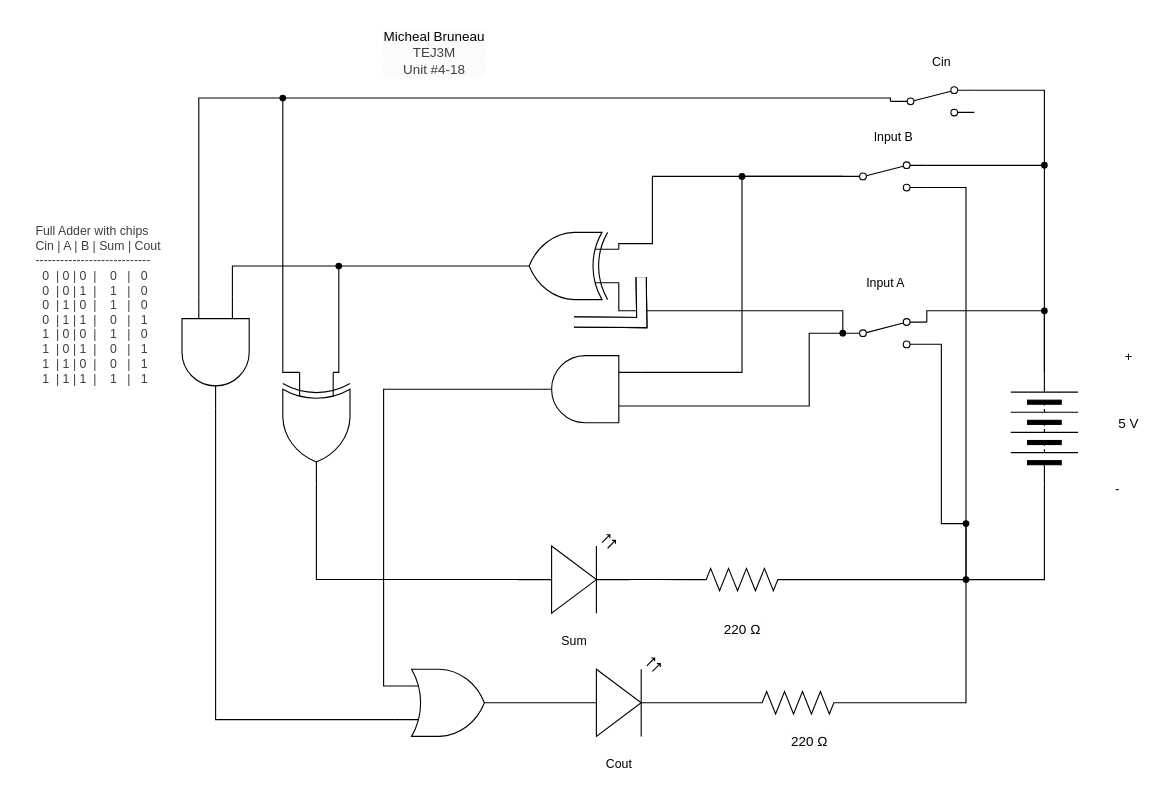
The draw.io diagram TEJ3M 4-18/schematic_diagram.drawio in michael-bruneau/TEJ3M-Unit-4, before the edit. Source tidied: cells renumbered, new cells numbered last; positions are measured from the earlier drawing's top-left corner, leaving out a move shared by most shapes. Both pictures are drawn from the tidied source at 112%, with x=0, y=0 at pixel (19, 19).
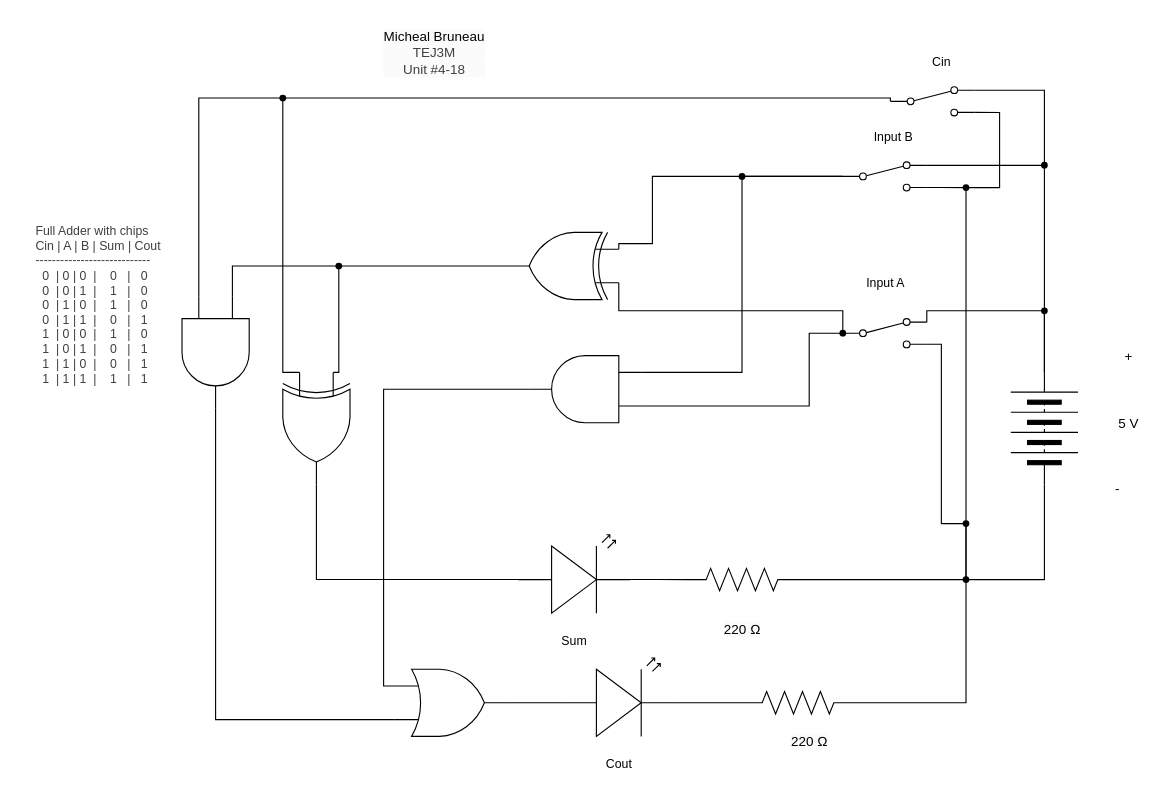
Above is the later version.

The change refers to these unchanged cells:
```xml
<mxCell id="19" style="html=1;shape=mxgraph.electrical.electro-mechanical.twoWaySwitch;elSwitchState=2;" parent="1" vertex="1">
  <mxGeometry x="735" y="127" width="75" height="26" as="geometry" />
</mxCell>
<mxCell id="41" style="shape=waypoint;sketch=0;fillStyle=solid;size=6;points=[];fillColor=none;perimeter=centerPerimeter;snapToPoint=1;fontFamily=Helvetica;fontSize=11;fontColor=default;labelBackgroundColor=default;" parent="1" vertex="1">
  <mxGeometry x="835" y="490" width="20" height="20" as="geometry" />
</mxCell>
<mxCell id="42" style="html=1;shape=mxgraph.electrical.electro-mechanical.twoWaySwitch;elSwitchState=2;" parent="1" vertex="1">
  <mxGeometry x="777.5" y="60" width="75" height="26" as="geometry" />
</mxCell>
```

What changed in the source:
```diff
@@
-    <mxCell id="40" style="edgeStyle=orthogonalEdgeStyle;shape=connector;rounded=0;html=1;exitX=1;exitY=0.88;exitDx=0;exitDy=0;entryDx=0;entryDy=0;entryPerimeter=0;strokeColor=default;align=center;verticalAlign=middle;fontFamily=Helvetica;fontSize=11;fontColor=default;labelBackgroundColor=default;endArrow=none;endFill=0;" parent="1" edge="1" source="19" target="41">
+    <mxCell id="40" style="edgeStyle=orthogonalEdgeStyle;shape=connector;rounded=0;html=1;exitDx=0;exitDy=0;entryDx=0;entryDy=0;entryPerimeter=0;strokeColor=default;align=center;verticalAlign=middle;fontFamily=Helvetica;fontSize=11;fontColor=default;labelBackgroundColor=default;endArrow=none;endFill=0;" parent="1" edge="1" source="65" target="41">
       <mxGeometry relative="1" as="geometry" />
     </mxCell>
@@
-    <mxCell id="61" style="shape=filledEdge;curved=0;rounded=0;fixDash=1;endArrow=none;strokeWidth=10;fillColor=#ffffff;edgeStyle=orthogonalEdgeStyle;html=1;strokeColor=default;align=center;verticalAlign=middle;fontFamily=Helvetica;fontSize=11;fontColor=default;labelBackgroundColor=default;" parent="1" edge="1">
-      <mxGeometry relative="1" as="geometry">
-        <mxPoint x="495" y="270" as="sourcePoint" />
-        <mxPoint x="555" y="230" as="targetPoint" />
-      </mxGeometry>
-    </mxCell>
-    <mxCell id="62" style="shape=filledEdge;curved=0;rounded=0;fixDash=1;endArrow=none;strokeWidth=10;fillColor=#ffffff;edgeStyle=orthogonalEdgeStyle;html=1;strokeColor=default;align=center;verticalAlign=middle;fontFamily=Helvetica;fontSize=11;fontColor=default;labelBackgroundColor=default;" parent="1" edge="1">
-      <mxGeometry relative="1" as="geometry">
-        <mxPoint x="495" y="270" as="sourcePoint" />
-        <mxPoint x="555" y="230" as="targetPoint" />
-      </mxGeometry>
-    </mxCell>
-    <mxCell id="63" style="shape=filledEdge;curved=0;rounded=0;fixDash=1;endArrow=none;strokeWidth=10;fillColor=#ffffff;edgeStyle=orthogonalEdgeStyle;html=1;strokeColor=default;align=center;verticalAlign=middle;fontFamily=Helvetica;fontSize=11;fontColor=default;labelBackgroundColor=default;" parent="1" edge="1">
-      <mxGeometry relative="1" as="geometry">
-        <mxPoint x="495" y="270" as="sourcePoint" />
-        <mxPoint x="555" y="230" as="targetPoint" />
-      </mxGeometry>
-    </mxCell>
+    <mxCell id="64" style="edgeStyle=orthogonalEdgeStyle;shape=connector;rounded=0;html=1;exitX=1;exitY=0.88;exitDx=0;exitDy=0;entryDx=0;entryDy=0;entryPerimeter=0;strokeColor=default;align=center;verticalAlign=middle;fontFamily=Helvetica;fontSize=11;fontColor=default;labelBackgroundColor=default;endArrow=none;endFill=0;" parent="1" edge="1" source="19" target="65">
+      <mxGeometry relative="1" as="geometry" />
+    </mxCell>
+    <mxCell id="65" style="shape=waypoint;sketch=0;fillStyle=solid;size=6;points=[];fillColor=none;perimeter=centerPerimeter;snapToPoint=1;" parent="1" vertex="1">
+      <mxGeometry x="835" y="140" width="20" height="20" as="geometry" />
+    </mxCell>
+    <mxCell id="66" style="edgeStyle=orthogonalEdgeStyle;html=1;exitX=1;exitY=0.88;exitDx=0;exitDy=0;entryX=0.7;entryY=0.7;entryDx=0;entryDy=0;entryPerimeter=0;endArrow=none;endFill=0;rounded=0;" parent="1" edge="1" source="42" target="65">
+      <mxGeometry relative="1" as="geometry">
+        <Array as="points">
+          <mxPoint x="875" y="83" />
+          <mxPoint x="875" y="150" />
+        </Array>
+      </mxGeometry>
+    </mxCell>
```
